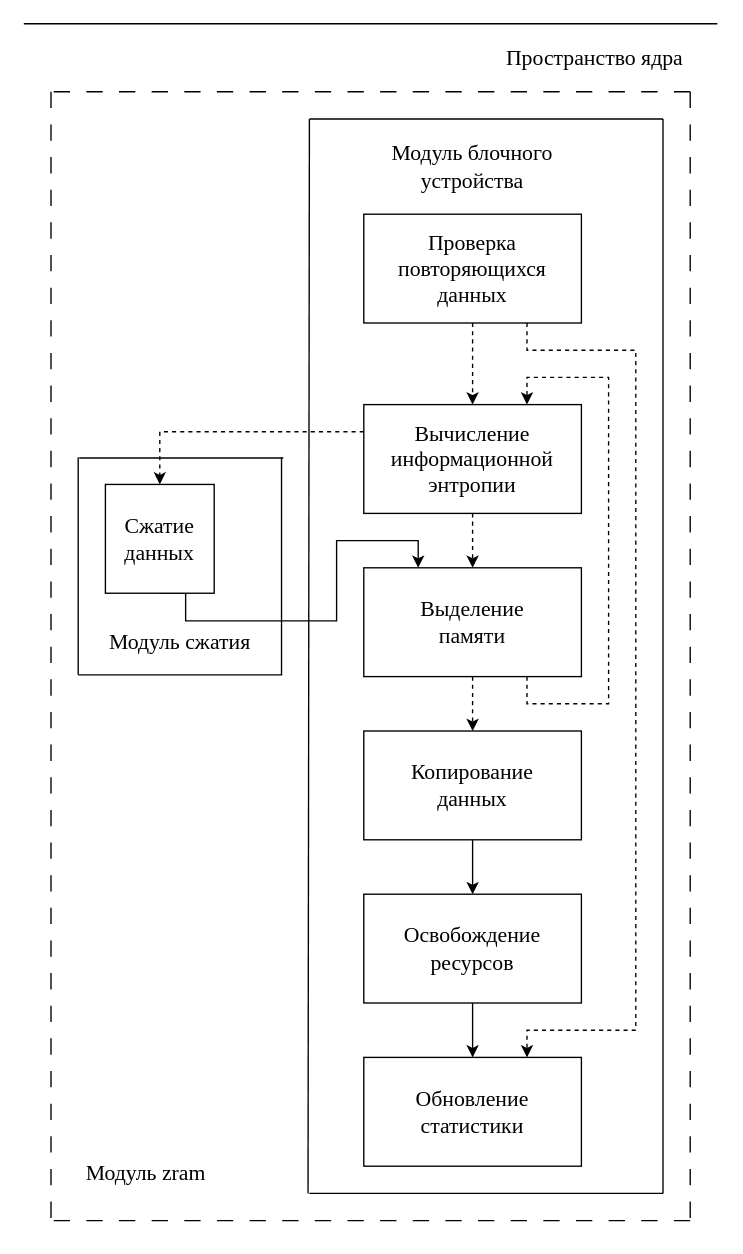
This is docs/diploma/schemes/structure.drawio from hamzreg/bmstu-diploma, a draw.io file, before an edit. Source tidied: cells renumbered, new cells numbered last; positions are measured from the earlier drawing's top-left corner, leaving out a move shared by most shapes. Both pictures are drawn from the tidied source at 136%, with x=0, y=0 at pixel (23, 23).
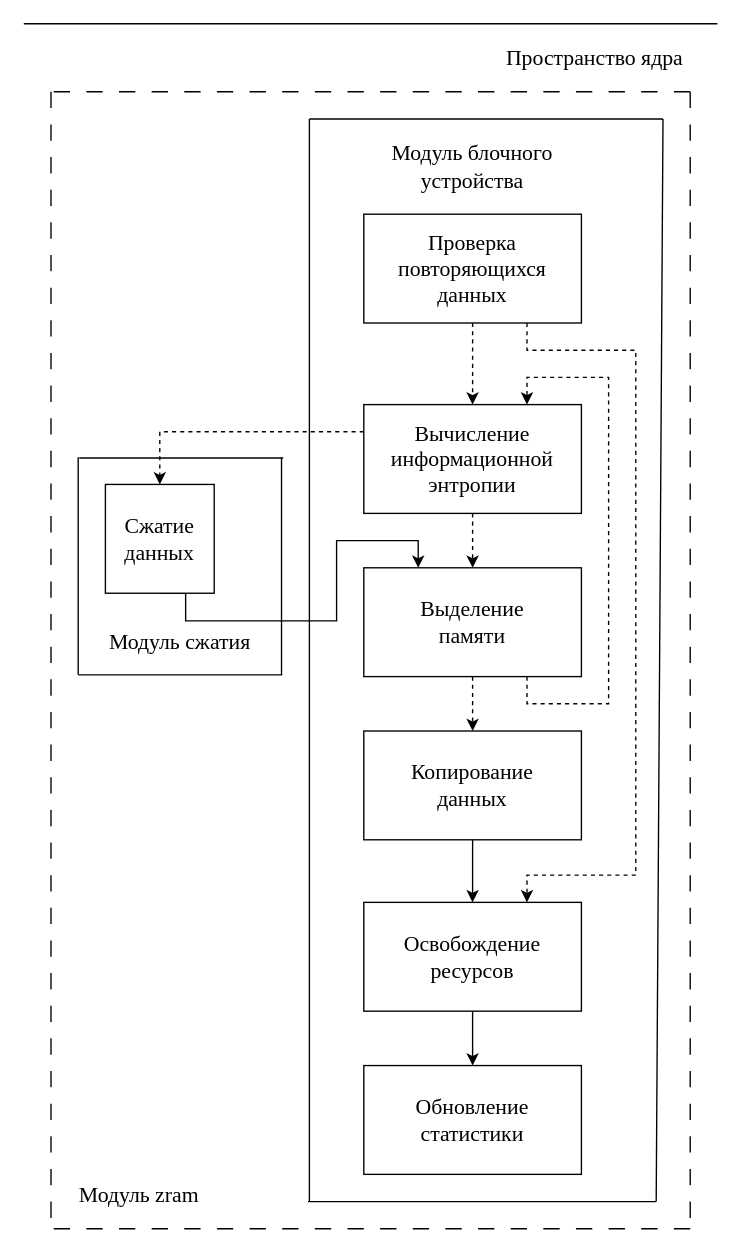
Above is the later version.

The change refers to these unchanged cells:
```xml
<mxCell id="19" value="Проверка повторяющихся&lt;br&gt;данных" style="rounded=0;whiteSpace=wrap;html=1;fontFamily=Times New Roman;fontSize=16;" parent="1" vertex="1">
  <mxGeometry x="250" y="140" width="160" height="80" as="geometry" />
</mxCell>
```

Diff of the diagram source:
```diff
@@
     <mxCell id="3" value="Модуль zram" style="text;html=1;strokeColor=none;fillColor=none;align=center;verticalAlign=middle;whiteSpace=wrap;rounded=0;fontFamily=Times New Roman;fontSize=16;" parent="1" vertex="1">
-      <mxGeometry x="40" y="830" width="100" height="30" as="geometry" />
+      <mxGeometry x="35" y="846" width="100" height="30" as="geometry" />
     </mxCell>
@@
     <mxCell id="16" style="endArrow=none;html=1;rounded=0;" parent="1" edge="1">
       <mxGeometry relative="1" as="geometry">
-        <mxPoint x="209" y="860" as="sourcePoint" />
+        <mxPoint x="210" y="866" as="sourcePoint" />
         <mxPoint x="210" y="70" as="targetPoint" />
       </mxGeometry>
     </mxCell>
@@
-    <mxCell id="18" style="edgeStyle=orthogonalEdgeStyle;rounded=0;jettySize=auto;html=1;exitX=0.75;exitY=1;exitDx=0;exitDy=0;entryX=0.75;entryY=0;entryDx=0;entryDy=0;dashed=1;" parent="1" edge="1" source="19" target="24">
+    <mxCell id="18" style="edgeStyle=orthogonalEdgeStyle;rounded=0;jettySize=auto;html=1;exitX=0.75;exitY=1;exitDx=0;exitDy=0;entryX=0.75;entryY=0;entryDx=0;entryDy=0;dashed=1;" parent="1" edge="1" source="19" target="26">
       <mxGeometry relative="1" as="geometry">
         <Array as="points">
           <mxPoint x="370" y="240" />
           <mxPoint x="450" y="240" />
-          <mxPoint x="450" y="740" />
-          <mxPoint x="370" y="740" />
+          <mxPoint x="450" y="626" />
+          <mxPoint x="370" y="626" />
         </Array>
       </mxGeometry>
     </mxCell>
@@
     <mxCell id="24" value="Обновление статистики" style="rounded=0;whiteSpace=wrap;html=1;fontFamily=Times New Roman;fontSize=16;" parent="1" vertex="1">
-      <mxGeometry x="250" y="760" width="160" height="80" as="geometry" />
+      <mxGeometry x="250" y="766" width="160" height="80" as="geometry" />
     </mxCell>
@@
     <mxCell id="26" value="Освобождение&lt;br&gt;ресурсов" style="rounded=0;whiteSpace=wrap;html=1;fontFamily=Times New Roman;fontSize=16;" parent="1" vertex="1">
-      <mxGeometry x="250" y="640" width="160" height="80" as="geometry" />
+      <mxGeometry x="250" y="646" width="160" height="80" as="geometry" />
     </mxCell>
@@
     <mxCell id="30" style="endArrow=none;html=1;rounded=0;" parent="1" edge="1">
       <mxGeometry relative="1" as="geometry">
-        <mxPoint x="470" y="860" as="sourcePoint" />
+        <mxPoint x="465" y="866" as="sourcePoint" />
         <mxPoint x="470" y="70" as="targetPoint" />
       </mxGeometry>
     </mxCell>
@@
     <mxCell id="32" style="endArrow=none;html=1;rounded=0;" parent="1" edge="1">
       <mxGeometry relative="1" as="geometry">
-        <mxPoint x="470" y="860" as="sourcePoint" />
-        <mxPoint x="210" y="860" as="targetPoint" />
+        <mxPoint x="465" y="866" as="sourcePoint" />
+        <mxPoint x="209" y="866" as="targetPoint" />
       </mxGeometry>
     </mxCell>
     <mxCell id="33" style="endArrow=none;dashed=1;html=1;rounded=0;endSize=6;strokeWidth=1;dashPattern=12 12;" parent="1" edge="1">
       <mxGeometry relative="1" as="geometry">
-        <mxPoint x="490" y="880" as="sourcePoint" />
-        <mxPoint x="20" y="880" as="targetPoint" />
+        <mxPoint x="490" y="886" as="sourcePoint" />
+        <mxPoint x="20" y="886" as="targetPoint" />
       </mxGeometry>
     </mxCell>
```
